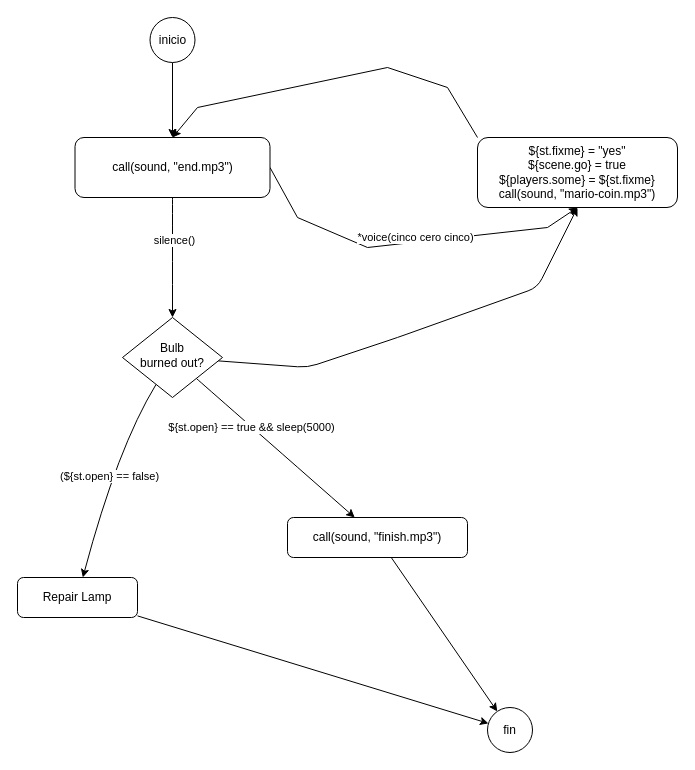
The draw.io diagram data/ue/scenes/caso1.drawio in ejfdelgado/ejflab, before the edit. Source tidied: cells renumbered, new cells numbered last; positions are measured from the earlier drawing's top-left corner, leaving out a move shared by most shapes. Both pictures are drawn from the tidied source at 100%, with x=0, y=0 at pixel (17, 17).
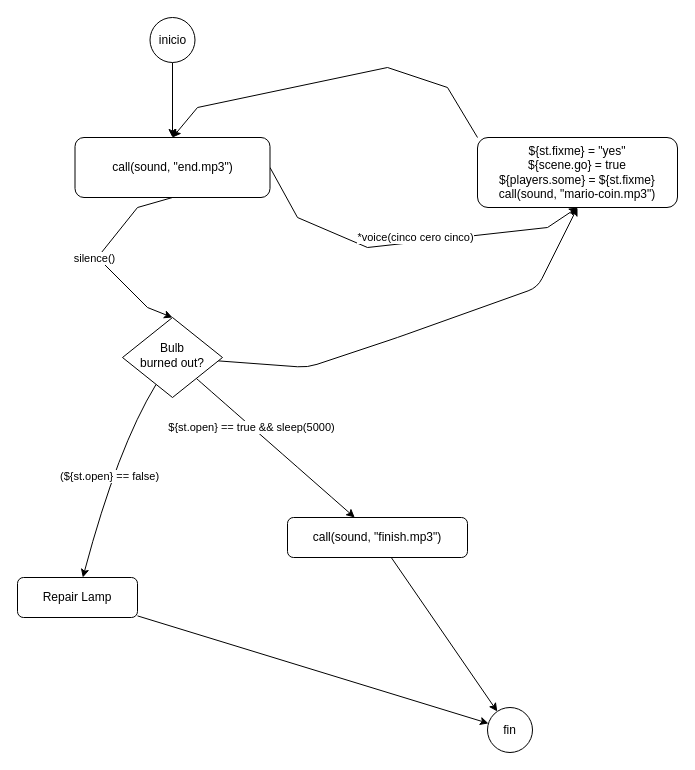
The same diagram, later.

Unchanged cells that the change refers to:
```xml
<mxCell id="12" value="Bulb&lt;br&gt;burned out?" style="rhombus;whiteSpace=wrap;html=1;shadow=0;fontFamily=Helvetica;fontSize=12;align=center;strokeWidth=1;spacing=6;spacingTop=-4;" parent="1" vertex="1">
  <mxGeometry x="105" y="300" width="100" height="80" as="geometry" />
</mxCell>
<mxCell id="19" value="call(sound, &quot;end.mp3&quot;)" style="rounded=1;whiteSpace=wrap;html=1;" parent="1" vertex="1">
  <mxGeometry x="57.5" y="120" width="195" height="60" as="geometry" />
</mxCell>
```

The edit, as a diff of the source:
```diff
@@
-    <mxCell id="4" style="edgeStyle=none;curved=1;html=1;strokeColor=default;exitX=0.5;exitY=1;exitDx=0;exitDy=0;" parent="1" edge="1" source="19" target="12">
-      <mxGeometry relative="1" as="geometry" />
+    <mxCell id="4" style="edgeStyle=none;html=1;strokeColor=default;exitX=0.5;exitY=1;exitDx=0;exitDy=0;rounded=0;entryX=0.5;entryY=0;entryDx=0;entryDy=0;" parent="1" edge="1" source="19" target="12">
+      <mxGeometry relative="1" as="geometry">
+        <Array as="points">
+          <mxPoint x="120" y="190" />
+          <mxPoint x="80" y="240" />
+          <mxPoint x="130" y="290" />
+        </Array>
+      </mxGeometry>
     </mxCell>
     <mxCell id="5" value="silence()" style="edgeLabel;html=1;align=center;verticalAlign=middle;" parent="4" vertex="1">
-      <mxGeometry x="-0.3" y="1" relative="1" as="geometry" />
+      <mxGeometry x="-0.3" y="1" relative="1" as="geometry">
+        <mxPoint x="-24" y="24" as="offset" />
+      </mxGeometry>
     </mxCell>
```
